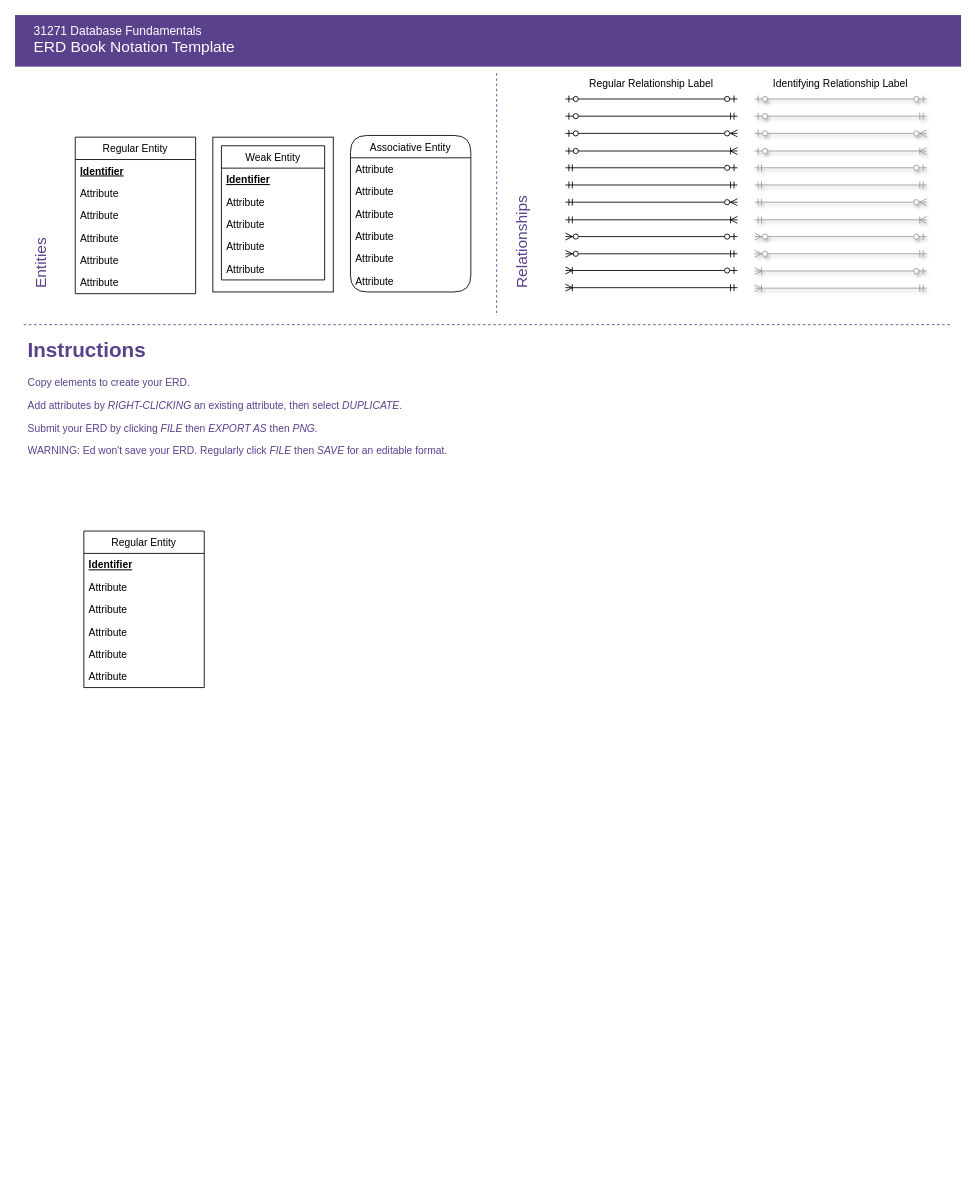
The draw.io diagram ERD Template Lecture1Q7.drawio in doggoboi096-lang/31271-Database-Fundamentals-Database-Design-Assignment-Offshore-September-2026, before the edit. Source tidied: cells renumbered, new cells numbered last; positions are measured from the earlier drawing's top-left corner, leaving out a move shared by most shapes. Both pictures are drawn from the tidied source at 86%, with x=0, y=0 at pixel (-28, 15).
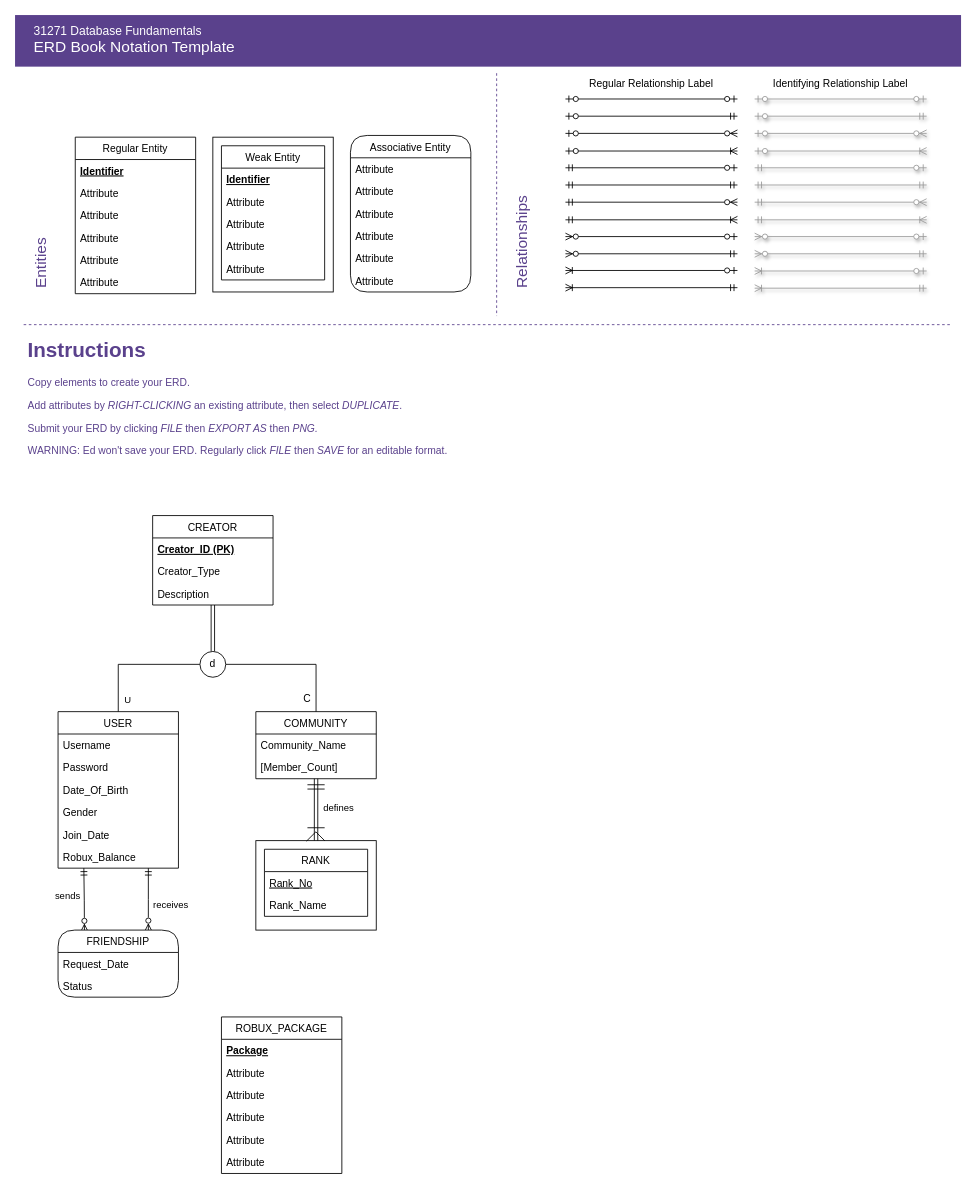
The same page after the edit.

The edit, as a diff of the source:
```diff
@@
+    <mxCell id="65" style="rounded=0;jettySize=auto;html=1;exitX=0.5;exitY=1;exitDx=0;exitDy=0;entryX=0.5;entryY=0;entryDx=0;entryDy=0;defaultLabelBackgroundColor=page;endArrow=none;endFill=0;shape=link;" parent="1" edge="1" source="58" target="81">
+      <mxGeometry relative="1" as="geometry" />
+    </mxCell>
-    <mxCell id="58" value="Regular Entity" style="swimlane;fontStyle=0;horizontal=1;startSize=26;" parent="1" vertex="1">
-      <mxGeometry x="130" y="600" width="140" height="182" as="geometry" />
+    <mxCell id="58" value="CREATOR" style="swimlane;fontStyle=0;horizontal=1;startSize=26;" parent="1" vertex="1">
+      <mxGeometry x="210" y="582" width="140" height="104" as="geometry" />
     </mxCell>
-    <mxCell id="59" value="Identifier" style="text;strokeColor=none;fillColor=none;align=left;verticalAlign=top;spacingLeft=4;spacingRight=4;overflow=hidden;fontStyle=5;" parent="58" vertex="1">
+    <mxCell id="59" value="Creator_ID (PK)" style="text;strokeColor=none;fillColor=none;align=left;verticalAlign=top;spacingLeft=4;spacingRight=4;overflow=hidden;fontStyle=5;" parent="58" vertex="1">
       <mxGeometry y="26" width="140" height="26" as="geometry" />
     </mxCell>
-    <mxCell id="60" value="Attribute" style="text;strokeColor=none;fillColor=none;align=left;verticalAlign=top;spacingLeft=4;spacingRight=4;overflow=hidden;" parent="58" vertex="1">
+    <mxCell id="60" value="Creator_Type" style="text;strokeColor=none;fillColor=none;align=left;verticalAlign=top;spacingLeft=4;spacingRight=4;overflow=hidden;" parent="58" vertex="1">
       <mxGeometry y="52" width="140" height="26" as="geometry" />
     </mxCell>
-    <mxCell id="61" value="Attribute" style="text;strokeColor=none;fillColor=none;align=left;verticalAlign=top;spacingLeft=4;spacingRight=4;overflow=hidden;" parent="58" vertex="1">
+    <mxCell id="61" value="Description&#10;" style="text;strokeColor=none;fillColor=none;align=left;verticalAlign=top;spacingLeft=4;spacingRight=4;overflow=hidden;" parent="58" vertex="1">
       <mxGeometry y="78" width="140" height="26" as="geometry" />
     </mxCell>
+    <mxCell id="66" style="edgeStyle=orthogonalEdgeStyle;rounded=0;jettySize=auto;html=1;exitX=0.75;exitY=1;exitDx=0;exitDy=0;entryX=0.75;entryY=0;entryDx=0;entryDy=0;defaultLabelBackgroundColor=page;endArrow=ERzeroToMany;endFill=0;startArrow=ERmandOne;startFill=0;" parent="1" edge="1" source="68">
+      <mxGeometry relative="1" as="geometry">
+        <mxPoint x="205" y="1065" as="targetPoint" />
+      </mxGeometry>
+    </mxCell>
+    <mxCell id="67" value="receives" style="edgeLabel;html=1;align=center;verticalAlign=middle;inheritText=1;defaultLabelBackgroundColor=page;" parent="66" vertex="1">
+      <mxGeometry x="0.02" y="2" relative="1" as="geometry">
+        <mxPoint x="23" y="6" as="offset" />
+      </mxGeometry>
+    </mxCell>
+    <mxCell id="68" value="USER" style="swimlane;fontStyle=0;horizontal=1;startSize=26;" parent="1" vertex="1">
+      <mxGeometry x="100" y="810" width="140" height="182" as="geometry" />
+    </mxCell>
+    <mxCell id="69" value="Username" style="text;strokeColor=none;fillColor=none;align=left;verticalAlign=top;spacingLeft=4;spacingRight=4;overflow=hidden;" parent="68" vertex="1">
+      <mxGeometry y="26" width="140" height="26" as="geometry" />
+    </mxCell>
+    <mxCell id="70" value="Password" style="text;strokeColor=none;fillColor=none;align=left;verticalAlign=top;spacingLeft=4;spacingRight=4;overflow=hidden;" parent="68" vertex="1">
+      <mxGeometry y="52" width="140" height="26" as="geometry" />
+    </mxCell>
+    <mxCell id="71" value="Date_Of_Birth" style="text;strokeColor=none;fillColor=none;align=left;verticalAlign=top;spacingLeft=4;spacingRight=4;overflow=hidden;" parent="68" vertex="1">
+      <mxGeometry y="78" width="140" height="26" as="geometry" />
+    </mxCell>
+    <mxCell id="72" value="Gender" style="text;strokeColor=none;fillColor=none;align=left;verticalAlign=top;spacingLeft=4;spacingRight=4;overflow=hidden;" parent="68" vertex="1">
+      <mxGeometry y="104" width="140" height="26" as="geometry" />
+    </mxCell>
+    <mxCell id="73" value="Join_Date" style="text;strokeColor=none;fillColor=none;align=left;verticalAlign=top;spacingLeft=4;spacingRight=4;overflow=hidden;" parent="68" vertex="1">
+      <mxGeometry y="130" width="140" height="26" as="geometry" />
+    </mxCell>
+    <mxCell id="74" value="Robux_Balance" style="text;strokeColor=none;fillColor=none;align=left;verticalAlign=top;spacingLeft=4;spacingRight=4;overflow=hidden;" parent="68" vertex="1">
+      <mxGeometry y="156" width="140" height="26" as="geometry" />
+    </mxCell>
+    <mxCell id="75" value="COMMUNITY" style="swimlane;fontStyle=0;horizontal=1;startSize=26;" parent="1" vertex="1">
+      <mxGeometry x="330" y="810" width="140" height="78" as="geometry" />
+    </mxCell>
+    <mxCell id="76" value="Community_Name" style="text;strokeColor=none;fillColor=none;align=left;verticalAlign=top;spacingLeft=4;spacingRight=4;overflow=hidden;" parent="75" vertex="1">
+      <mxGeometry y="26" width="140" height="26" as="geometry" />
+    </mxCell>
+    <mxCell id="77" value="[Member_Count]" style="text;strokeColor=none;fillColor=none;align=left;verticalAlign=top;spacingLeft=4;spacingRight=4;overflow=hidden;" parent="75" vertex="1">
+      <mxGeometry y="52" width="140" height="26" as="geometry" />
+    </mxCell>
+    <mxCell id="78" style="edgeStyle=orthogonalEdgeStyle;rounded=0;jettySize=auto;html=1;exitX=0;exitY=0.5;exitDx=0;exitDy=0;entryX=0.5;entryY=0;entryDx=0;entryDy=0;defaultLabelBackgroundColor=page;endArrow=none;endFill=0;" parent="1" edge="1" source="81" target="68">
+      <mxGeometry relative="1" as="geometry" />
+    </mxCell>
+    <mxCell id="79" value="U" style="edgeLabel;html=1;align=center;verticalAlign=middle;inheritText=1;defaultLabelBackgroundColor=page;" parent="78" vertex="1">
+      <mxGeometry x="0.81" relative="1" as="geometry">
+        <mxPoint x="10" as="offset" />
+      </mxGeometry>
+    </mxCell>
+    <mxCell id="80" style="edgeStyle=orthogonalEdgeStyle;rounded=0;jettySize=auto;html=1;exitX=1;exitY=0.5;exitDx=0;exitDy=0;entryX=0.5;entryY=0;entryDx=0;entryDy=0;defaultLabelBackgroundColor=page;endArrow=none;endFill=0;" parent="1" edge="1" source="81" target="75">
+      <mxGeometry relative="1" as="geometry" />
+    </mxCell>
+    <mxCell id="81" value="d" style="ellipse;whiteSpace=wrap;html=1;shapeInside=1;" parent="1" vertex="1">
+      <mxGeometry x="265" y="740" width="30" height="30" as="geometry" />
+    </mxCell>
+    <mxCell id="82" value="C" style="text;html=1;whiteSpace=wrap;strokeColor=none;fillColor=none;align=center;verticalAlign=middle;rounded=0;" parent="1" vertex="1">
+      <mxGeometry x="360" y="780" width="60" height="30" as="geometry" />
+    </mxCell>
+    <mxCell id="83" style="group;" parent="1" vertex="1">
+      <mxGeometry x="330" y="960" width="140" height="180" as="geometry" />
+    </mxCell>
+    <mxCell id="84" style="group;" parent="83" vertex="1">
+      <mxGeometry width="140" height="180" as="geometry" />
+    </mxCell>
+    <mxCell id="85" style="rounded=0;whiteSpace=wrap;html=1;shadow=0;startSize=26;" parent="84" vertex="1">
+      <mxGeometry width="140" height="104" as="geometry" />
+    </mxCell>
+    <mxCell id="86" value="RANK" style="swimlane;fontStyle=0;horizontal=1;startSize=26;labelBorderColor=none;perimeterSpacing=0;swimlaneFillColor=none;fillColor=#FFFFFF;" parent="84" vertex="1">
+      <mxGeometry x="10" y="10" width="120" height="78" as="geometry" />
+    </mxCell>
+    <mxCell id="87" value="Rank_No" style="text;strokeColor=none;fillColor=none;align=left;verticalAlign=top;spacingLeft=4;spacingRight=4;overflow=hidden;fontStyle=4;" parent="86" vertex="1">
+      <mxGeometry y="26" width="120" height="26" as="geometry" />
+    </mxCell>
+    <mxCell id="88" value="Rank_Name&#10;" style="text;strokeColor=none;fillColor=none;align=left;verticalAlign=top;spacingLeft=4;spacingRight=4;overflow=hidden;" parent="86" vertex="1">
+      <mxGeometry y="52" width="120" height="26" as="geometry" />
+    </mxCell>
+    <mxCell id="89" style="edgeStyle=orthogonalEdgeStyle;rounded=0;jettySize=auto;html=1;exitX=0.5;exitY=1;exitDx=0;exitDy=0;entryX=0.5;entryY=0;entryDx=0;entryDy=0;defaultLabelBackgroundColor=page;shape=link;sourcePerimeterSpacing=0;fixedPointSpacing=1;" parent="1" edge="1" source="75" target="85">
+      <mxGeometry relative="1" as="geometry" />
+    </mxCell>
+    <mxCell id="90" value="defines" style="edgeLabel;html=1;align=center;verticalAlign=middle;inheritText=1;defaultLabelBackgroundColor=page;" parent="89" vertex="1">
+      <mxGeometry x="-0.09" y="2" relative="1" as="geometry">
+        <mxPoint x="23" as="offset" />
+      </mxGeometry>
+    </mxCell>
+    <mxCell id="91" style="endArrow=none;html=1;rounded=0;defaultLabelBackgroundColor=page;" parent="1" edge="1">
+      <mxGeometry relative="1" as="geometry">
+        <mxPoint x="390" y="900" as="sourcePoint" />
+        <mxPoint x="410" y="900" as="targetPoint" />
+      </mxGeometry>
+    </mxCell>
+    <mxCell id="92" style="endArrow=none;html=1;rounded=0;defaultLabelBackgroundColor=page;" parent="1" edge="1">
+      <mxGeometry relative="1" as="geometry">
+        <mxPoint x="390" y="895" as="sourcePoint" />
+        <mxPoint x="410" y="895" as="targetPoint" />
+      </mxGeometry>
+    </mxCell>
+    <mxCell id="93" style="endArrow=none;html=1;rounded=0;defaultLabelBackgroundColor=page;" parent="1" edge="1">
+      <mxGeometry relative="1" as="geometry">
+        <mxPoint x="390" y="945" as="sourcePoint" />
+        <mxPoint x="410" y="945" as="targetPoint" />
+      </mxGeometry>
+    </mxCell>
+    <mxCell id="94" style="endArrow=none;html=1;rounded=0;defaultLabelBackgroundColor=page;exitX=0.421;exitY=0.005;exitDx=0;exitDy=0;exitPerimeter=0;" parent="1" edge="1" source="85">
+      <mxGeometry relative="1" as="geometry">
+        <mxPoint x="400" y="949.5" as="targetPoint" />
+      </mxGeometry>
+    </mxCell>
+    <mxCell id="95" style="endArrow=none;html=1;rounded=0;defaultLabelBackgroundColor=page;exitX=0.572;exitY=0.001;exitDx=0;exitDy=0;exitPerimeter=0;" parent="1" edge="1" source="85">
+      <mxGeometry relative="1" as="geometry">
+        <mxPoint x="400" y="950" as="targetPoint" />
+      </mxGeometry>
+    </mxCell>
+    <mxCell id="96" style="edgeStyle=orthogonalEdgeStyle;rounded=0;orthogonalLoop=1;jettySize=auto;html=1;exitX=0.25;exitY=1;exitDx=0;exitDy=0;entryX=0.219;entryY=0.004;entryDx=0;entryDy=0;entryPerimeter=0;defaultLabelBackgroundColor=page;endArrow=ERzeroToMany;endFill=0;startArrow=ERmandOne;startFill=0;" parent="1" edge="1">
+      <mxGeometry x="-0.01" relative="1" as="geometry">
+        <mxPoint x="130" y="992" as="sourcePoint" />
+        <mxPoint x="130.7" y="1065.3" as="targetPoint" />
+      </mxGeometry>
+    </mxCell>
+    <mxCell id="97" value="sends" style="edgeLabel;html=1;align=center;verticalAlign=middle;inheritText=1;defaultLabelBackgroundColor=page;" parent="96" vertex="1">
+      <mxGeometry x="-0.23" y="1" relative="1" as="geometry">
+        <mxPoint x="-21" y="4" as="offset" />
+      </mxGeometry>
+    </mxCell>
+    <mxCell id="98" value="FRIENDSHIP" style="swimlane;fontStyle=0;horizontal=1;startSize=26;labelBorderColor=none;perimeterSpacing=0;swimlaneFillColor=none;rounded=1;arcSize=25;" parent="1" vertex="1">
+      <mxGeometry x="100" y="1064" width="140" height="78" as="geometry" />
+    </mxCell>
+    <mxCell id="99" value="Request_Date" style="text;strokeColor=none;fillColor=none;align=left;verticalAlign=top;spacingLeft=4;spacingRight=4;overflow=hidden;" parent="98" vertex="1">
+      <mxGeometry y="26" width="140" height="26" as="geometry" />
+    </mxCell>
+    <mxCell id="100" value="Status&#10;" style="text;strokeColor=none;fillColor=none;align=left;verticalAlign=top;spacingLeft=4;spacingRight=4;overflow=hidden;" parent="98" vertex="1">
+      <mxGeometry y="52" width="140" height="26" as="geometry" />
+    </mxCell>
+    <mxCell id="101" value="ROBUX_PACKAGE" style="swimlane;fontStyle=0;horizontal=1;startSize=26;" parent="1" vertex="1">
+      <mxGeometry x="290" y="1165" width="140" height="182" as="geometry" />
+    </mxCell>
+    <mxCell id="102" value="Package" style="text;strokeColor=none;fillColor=none;align=left;verticalAlign=top;spacingLeft=4;spacingRight=4;overflow=hidden;fontStyle=5;" parent="101" vertex="1">
+      <mxGeometry y="26" width="140" height="26" as="geometry" />
+    </mxCell>
+    <mxCell id="103" value="Attribute" style="text;strokeColor=none;fillColor=none;align=left;verticalAlign=top;spacingLeft=4;spacingRight=4;overflow=hidden;" parent="101" vertex="1">
+      <mxGeometry y="52" width="140" height="26" as="geometry" />
+    </mxCell>
+    <mxCell id="104" value="Attribute" style="text;strokeColor=none;fillColor=none;align=left;verticalAlign=top;spacingLeft=4;spacingRight=4;overflow=hidden;" parent="101" vertex="1">
+      <mxGeometry y="78" width="140" height="26" as="geometry" />
+    </mxCell>
-    <mxCell id="62" value="Attribute" style="text;strokeColor=none;fillColor=none;align=left;verticalAlign=top;spacingLeft=4;spacingRight=4;overflow=hidden;" parent="58" vertex="1">
+    <mxCell id="62" value="Attribute" style="text;strokeColor=none;fillColor=none;align=left;verticalAlign=top;spacingLeft=4;spacingRight=4;overflow=hidden;" parent="101" vertex="1">
       <mxGeometry y="104" width="140" height="26" as="geometry" />
     </mxCell>
-    <mxCell id="63" value="Attribute" style="text;strokeColor=none;fillColor=none;align=left;verticalAlign=top;spacingLeft=4;spacingRight=4;overflow=hidden;" parent="58" vertex="1">
+    <mxCell id="63" value="Attribute" style="text;strokeColor=none;fillColor=none;align=left;verticalAlign=top;spacingLeft=4;spacingRight=4;overflow=hidden;" parent="101" vertex="1">
       <mxGeometry y="130" width="140" height="26" as="geometry" />
     </mxCell>
-    <mxCell id="64" value="Attribute" style="text;strokeColor=none;fillColor=none;align=left;verticalAlign=top;spacingLeft=4;spacingRight=4;overflow=hidden;" parent="58" vertex="1">
+    <mxCell id="64" value="Attribute" style="text;strokeColor=none;fillColor=none;align=left;verticalAlign=top;spacingLeft=4;spacingRight=4;overflow=hidden;" parent="101" vertex="1">
       <mxGeometry y="156" width="140" height="26" as="geometry" />
     </mxCell>
```
